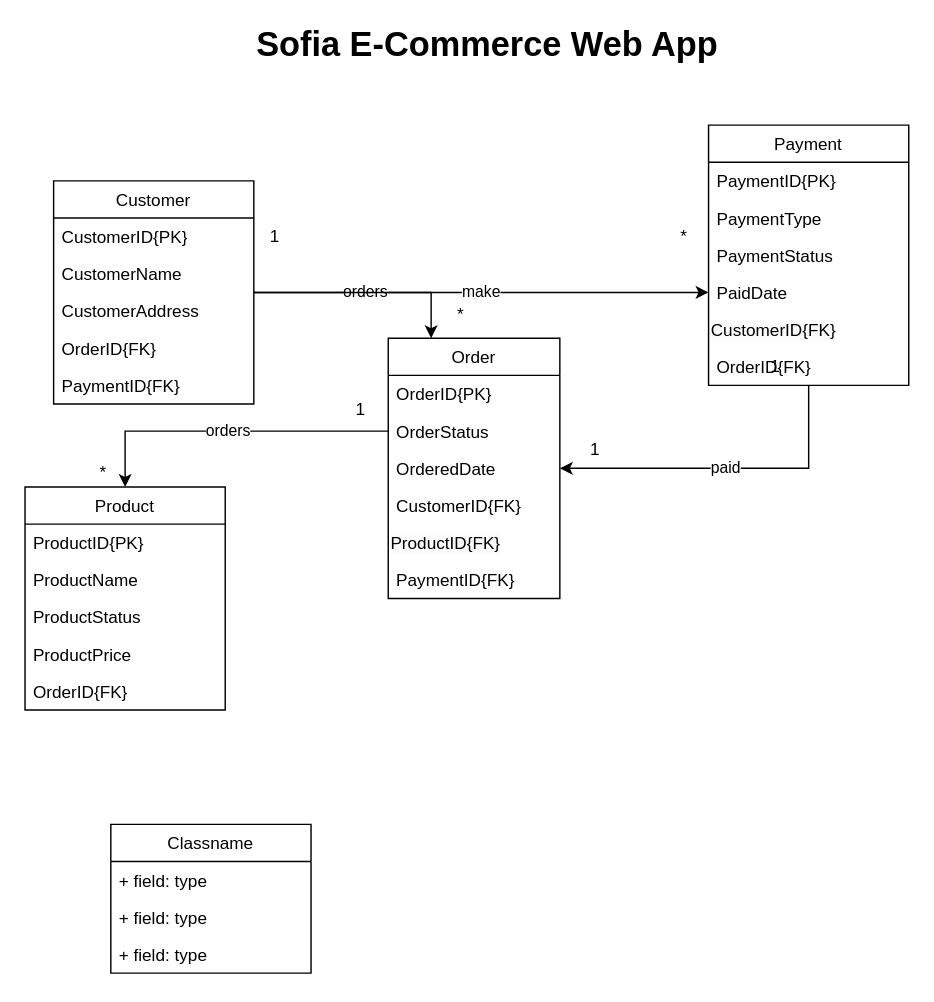
This is SofiaEcommerce.drawio from wiutstudent11359/WebAppPortfolio, a draw.io file, before an edit. Source tidied: cells renumbered, new cells numbered last; positions are measured from the earlier drawing's top-left corner, leaving out a move shared by most shapes. Both pictures are drawn from the tidied source at 143%, with x=0, y=0 at pixel (24, 30).
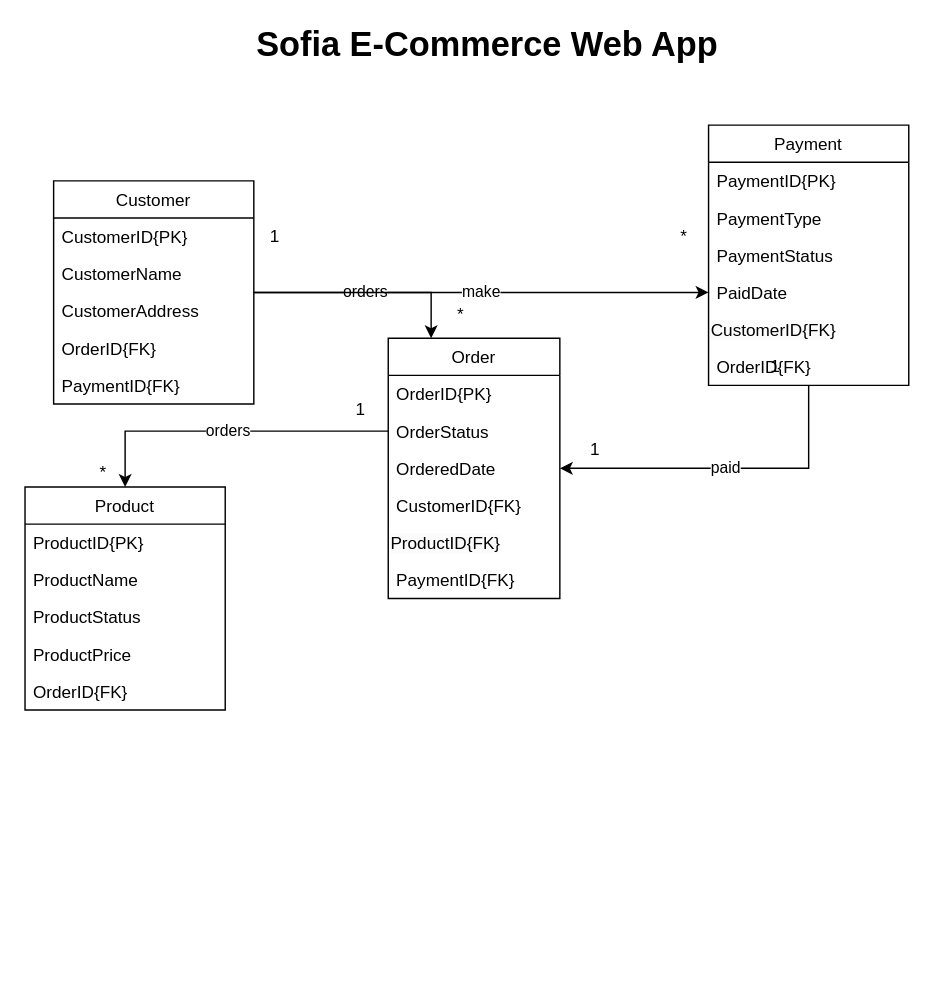
After the change.

The edit, as a diff of the source:
```diff
@@
-    <mxCell id="2" value="Classname" style="swimlane;fontStyle=0;horizontal=1;startSize=26;fillColor=none;" parent="1" vertex="1">
-      <mxGeometry x="60" y="555" width="140" height="104" as="geometry" />
-    </mxCell>
-    <mxCell id="3" value="+ field: type" style="text;strokeColor=none;fillColor=none;align=left;verticalAlign=top;spacingLeft=4;spacingRight=4;overflow=hidden;" parent="2" vertex="1">
-      <mxGeometry y="26" width="140" height="26" as="geometry" />
-    </mxCell>
-    <mxCell id="4" value="+ field: type" style="text;strokeColor=none;fillColor=none;align=left;verticalAlign=top;spacingLeft=4;spacingRight=4;overflow=hidden;" parent="2" vertex="1">
-      <mxGeometry y="52" width="140" height="26" as="geometry" />
-    </mxCell>
-    <mxCell id="5" value="+ field: type" style="text;strokeColor=none;fillColor=none;align=left;verticalAlign=top;spacingLeft=4;spacingRight=4;overflow=hidden;" parent="2" vertex="1">
-      <mxGeometry y="78" width="140" height="26" as="geometry" />
-    </mxCell>
```
